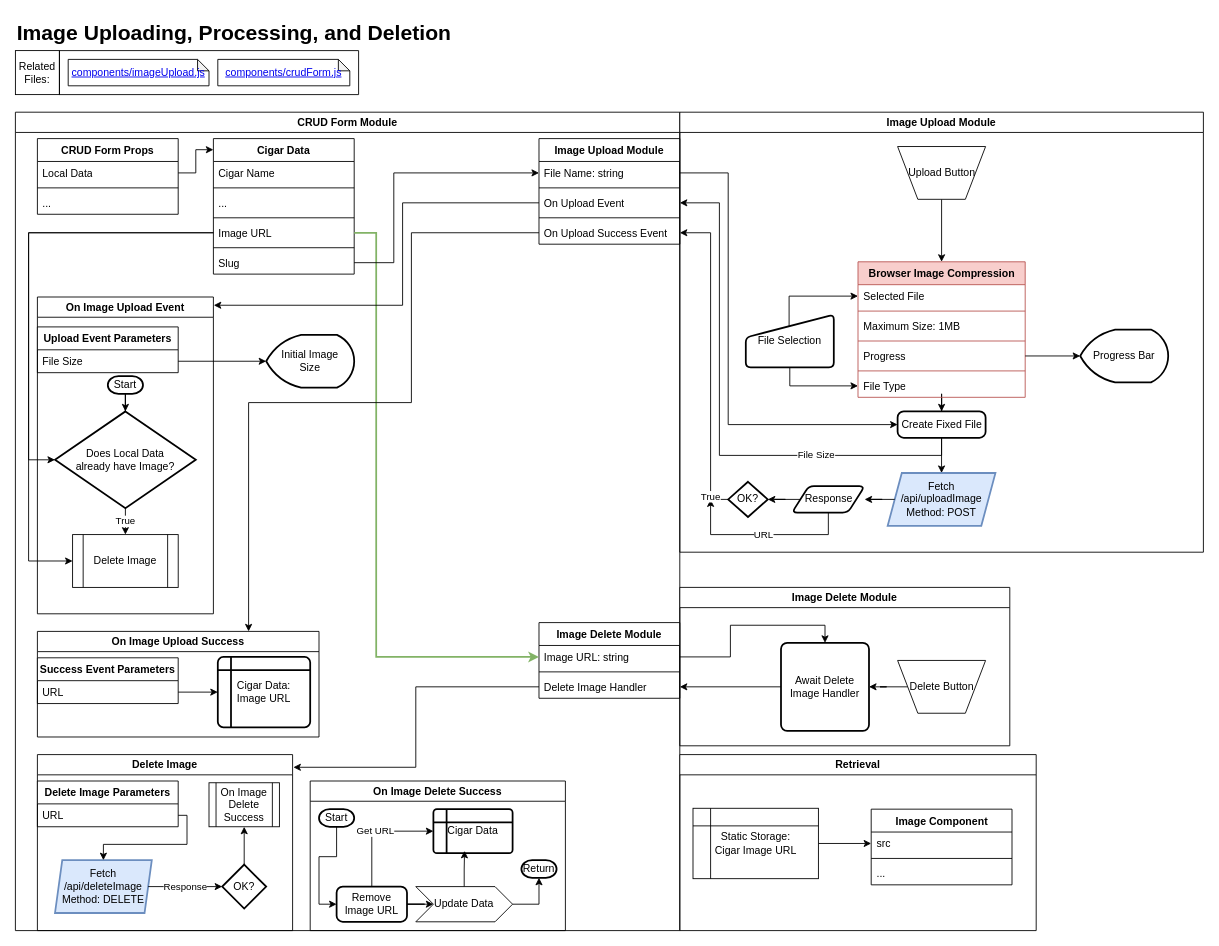
Before: Images.drawio in macglencoe/diagrams, a draw.io diagram. Source tidied: cells renumbered, new cells numbered last; positions are measured from the earlier drawing's top-left corner, leaving out a move shared by most shapes. Both pictures are drawn from the tidied source at 88%, with x=0, y=0 at pixel (15, 15).
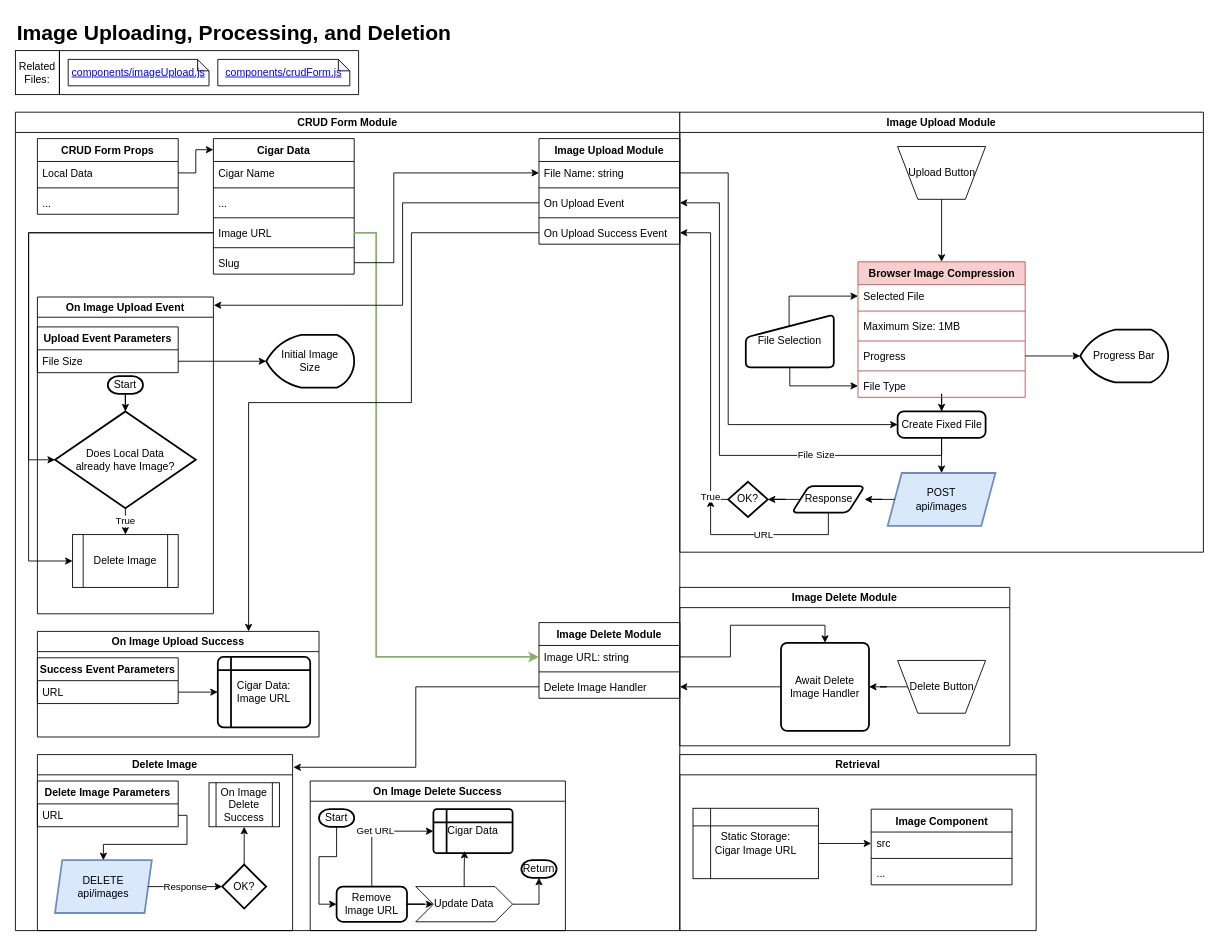
The same diagram, later.

Unchanged cells that the change refers to:
```xml
<mxCell id="37" value="Delete Image" style="swimlane;whiteSpace=wrap;html=1;" parent="7" vertex="1">
  <mxGeometry x="25" y="730" width="290" height="200" as="geometry" />
</mxCell>
<mxCell id="73" value="Image Upload Module" style="swimlane;whiteSpace=wrap;html=1;" parent="1" vertex="1">
  <mxGeometry x="755" y="110" width="595" height="500" as="geometry" />
</mxCell>
```

Diff of the diagram source:
```diff
@@
-    <mxCell id="38" value="Fetch&lt;div&gt;&lt;div&gt;/api/deleteImage&lt;/div&gt;&lt;/div&gt;&lt;div&gt;Method: DELETE&lt;/div&gt;" style="shape=parallelogram;html=1;strokeWidth=2;perimeter=parallelogramPerimeter;whiteSpace=wrap;rounded=1;arcSize=0;size=0.07500000000000001;fillColor=#dae8fc;strokeColor=#6c8ebf;" parent="37" vertex="1">
+    <mxCell id="38" value="DELETE&lt;div&gt;api/images&lt;/div&gt;" style="shape=parallelogram;html=1;strokeWidth=2;perimeter=parallelogramPerimeter;whiteSpace=wrap;rounded=1;arcSize=0;size=0.07500000000000001;fillColor=#dae8fc;strokeColor=#6c8ebf;" parent="37" vertex="1">
       <mxGeometry x="20" y="120" width="110" height="60" as="geometry" />
     </mxCell>
@@
-    <mxCell id="90" value="Fetch&lt;div&gt;/api/uploadImage&lt;/div&gt;&lt;div&gt;Method: POST&lt;/div&gt;" style="shape=parallelogram;html=1;strokeWidth=2;perimeter=parallelogramPerimeter;whiteSpace=wrap;rounded=1;arcSize=0;size=0.1312500000000017;fillColor=#dae8fc;strokeColor=#6c8ebf;" parent="73" vertex="1">
+    <mxCell id="90" value="POST&lt;div&gt;api/images&lt;/div&gt;" style="shape=parallelogram;html=1;strokeWidth=2;perimeter=parallelogramPerimeter;whiteSpace=wrap;rounded=1;arcSize=0;size=0.1312500000000017;fillColor=#dae8fc;strokeColor=#6c8ebf;" parent="73" vertex="1">
       <mxGeometry x="236.2" y="410" width="122.5" height="60" as="geometry" />
     </mxCell>
```
